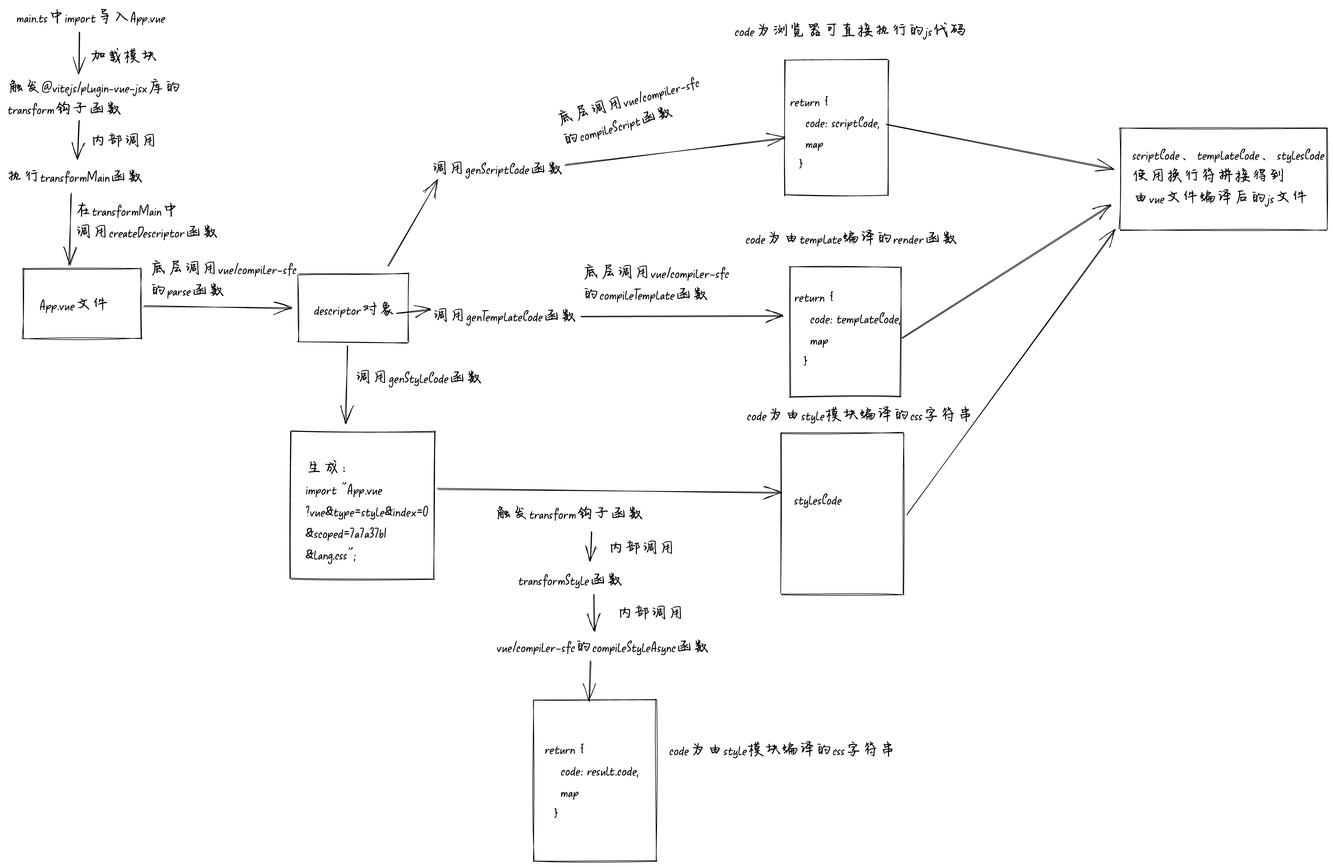
This is docs/images/guide/vue-to-js/progress-full.png from iamouyang21/vue3-compiler, a Excalidraw export, as it was before one commit. Source tidied: one line per element, renumbered; positions are measured from the earlier drawing's top-left corner, leaving out a move shared by most shapes. The source it was exported from:
```json
{"id": 0, "type": "rectangle", "strokeColor": "#000000", "strokeWidth": 1, "roughness": 1, "x": 28, "y": 432, "width": 194, "height": 115}
{"id": 1, "type": "text", "text": "底层调用vue/compiler-sfc\n的parse函数", "strokeColor": "#000000", "strokeWidth": 1, "roughness": 1, "fontSize": 28, "fontFamily": 1, "x": 236, "y": 414, "width": 242, "height": 71}
{"id": 2, "type": "text", "text": "descriptor对象", "strokeColor": "#000000", "strokeWidth": 1, "roughness": 1, "fontSize": 28, "fontFamily": 1, "x": 506, "y": 481, "width": 136, "height": 36}
{"id": 3, "type": "text", "text": "main.ts中import导入App.vue", "strokeColor": "#000000", "strokeWidth": 1, "roughness": 1, "fontSize": 28, "fontFamily": 1, "x": 17, "y": 0, "width": 247, "height": 36}
{"id": 4, "type": "arrow", "strokeColor": "#000000", "strokeWidth": 1, "roughness": 1, "endArrowhead": "arrow", "from": 3, "to": 5, "x": 120, "y": 43, "width": 0, "height": 67, "points": [[0, 0], [0, 67]]}
{"id": 5, "type": "text", "text": "触发@vitejs/plugin-vue-jsx库的\ntransform钩子函数", "strokeColor": "#000000", "strokeWidth": 1, "roughness": 1, "fontSize": 28, "fontFamily": 1, "x": 2, "y": 115, "width": 287, "height": 71}
{"id": 6, "type": "arrow", "strokeColor": "#000000", "strokeWidth": 1, "roughness": 1, "endArrowhead": "arrow", "from": 5, "to": 7, "x": 120, "y": 188, "width": 3, "height": 65, "points": [[0, 0], [-3, 65]]}
{"id": 7, "type": "text", "text": "执行transformMain函数", "strokeColor": "#000000", "strokeWidth": 1, "roughness": 1, "fontSize": 28, "fontFamily": 1, "x": 0, "y": 262, "width": 228, "height": 36}
{"id": 8, "type": "arrow", "strokeColor": "#000000", "strokeWidth": 1, "roughness": 1, "endArrowhead": "arrow", "from": 7, "to": 0, "x": 108, "y": 307, "width": 5, "height": 119, "points": [[0, 0], [-5, 119]]}
{"id": 9, "type": "text", "text": "在transformMain中\n调用createDescriptor函数", "strokeColor": "#000000", "angle": 6.28, "strokeWidth": 1, "roughness": 1, "fontSize": 28, "fontFamily": 1, "x": 113, "y": 318, "width": 239, "height": 71}
{"id": 10, "type": "arrow", "strokeColor": "#000000", "strokeWidth": 1, "roughness": 1, "endArrowhead": "arrow", "from": 14, "to": 13, "x": 919, "y": 261, "width": 361, "height": 44, "points": [[0, 0], [361, -44]]}
{"id": 11, "type": "text", "text": "底层调用vue/compiler-sfc\n的compileScript函数", "strokeColor": "#000000", "angle": 6.02, "strokeWidth": 1, "roughness": 1, "fontSize": 28, "fontFamily": 1, "x": 906, "y": 137, "width": 242, "height": 71}
{"id": 12, "type": "rectangle", "strokeColor": "#000000", "strokeWidth": 1, "roughness": 1, "x": 1280, "y": 89, "width": 169, "height": 222}
{"id": 13, "type": "text", "text": "return {\n    code: scriptCode,\n    map\n  }", "strokeColor": "#000000", "strokeWidth": 1, "roughness": 1, "fontSize": 27.35, "fontFamily": 1, "x": 1288, "y": 138, "width": 148, "height": 138}
{"id": 14, "type": "text", "text": "调用genScriptCode函数", "strokeColor": "#000000", "strokeWidth": 1, "roughness": 1, "fontSize": 28, "fontFamily": 1, "x": 698, "y": 249, "width": 220, "height": 36}
{"id": 15, "type": "text", "text": "调用genTemplateCode函数", "strokeColor": "#000000", "strokeWidth": 1, "roughness": 1, "fontSize": 28, "fontFamily": 1, "x": 700, "y": 491, "width": 241, "height": 36}
{"id": 16, "type": "arrow", "strokeColor": "#000000", "strokeWidth": 1, "roughness": 1, "endArrowhead": "arrow", "from": 15, "to": 19, "x": 945, "y": 511, "width": 331, "height": 2, "points": [[0, 0], [331, -2]]}
{"id": 17, "type": "text", "text": "底层调用vue/compiler-sfc\n的compileTemplate函数", "strokeColor": "#000000", "strokeWidth": 1, "roughness": 1, "fontSize": 28, "fontFamily": 1, "x": 947, "y": 421, "width": 242, "height": 71}
{"id": 18, "type": "rectangle", "strokeColor": "#000000", "strokeWidth": 1, "roughness": 1, "x": 1288, "y": 429, "width": 182, "height": 213}
{"id": 19, "type": "text", "text": "return {\n    code: templateCode,\n    map\n  }", "strokeColor": "#000000", "strokeWidth": 1, "roughness": 1, "fontSize": 28, "fontFamily": 1, "x": 1295, "y": 460, "width": 175, "height": 142}
{"id": 20, "type": "text", "text": "code为浏览器可直接执行的js代码", "strokeColor": "#000000", "strokeWidth": 1, "roughness": 1, "fontSize": 28, "fontFamily": 1, "x": 1197, "y": 22, "width": 383, "height": 36}
{"id": 21, "type": "text", "text": "code为由template编译的render函数", "strokeColor": "#000000", "strokeWidth": 1, "roughness": 1, "fontSize": 28, "fontFamily": 1, "x": 1215, "y": 363, "width": 352, "height": 36}
{"id": 22, "type": "text", "text": "内部调用", "strokeColor": "#000000", "strokeWidth": 1, "roughness": 1, "fontSize": 28, "fontFamily": 1, "x": 137, "y": 203, "width": 114, "height": 36}
{"id": 23, "type": "text", "text": "加载模块", "strokeColor": "#000000", "strokeWidth": 1, "roughness": 1, "fontSize": 28, "fontFamily": 1, "x": 137, "y": 64, "width": 114, "height": 36}
{"id": 24, "type": "text", "text": "App.vue文件", "strokeColor": "#000000", "strokeWidth": 1, "roughness": 1, "fontSize": 28, "fontFamily": 1, "x": 55, "y": 473, "width": 116, "height": 36}
{"id": 25, "type": "rectangle", "strokeColor": "#000000", "strokeWidth": 1, "roughness": 1, "x": 480, "y": 441, "width": 181, "height": 112}
{"id": 26, "type": "arrow", "strokeColor": "#000000", "strokeWidth": 1, "roughness": 1, "endArrowhead": "arrow", "from": 0, "to": 25, "x": 228, "y": 494, "width": 241, "height": 4, "points": [[0, 0], [241, 4]]}
{"id": 27, "type": "arrow", "strokeColor": "#000000", "strokeWidth": 1, "roughness": 1, "endArrowhead": "arrow", "from": 25, "to": 14, "x": 629, "y": 427, "width": 80, "height": 141, "points": [[0, 0], [80, -141]]}
{"id": 28, "type": "arrow", "strokeColor": "#000000", "strokeWidth": 1, "roughness": 1, "endArrowhead": "arrow", "to": 15, "x": 641, "y": 505, "width": 56, "height": 6, "points": [[0, 0], [56, -6]]}
{"id": 29, "type": "rectangle", "strokeColor": "#000000", "strokeWidth": 1, "roughness": 1, "x": 1273, "y": 702, "width": 202, "height": 265}
{"id": 30, "type": "text", "text": "stylesCode", "strokeColor": "#000000", "strokeWidth": 1, "roughness": 1, "fontSize": 28, "fontFamily": 1, "x": 1295, "y": 793, "width": 81, "height": 36}
{"id": 31, "type": "text", "text": "code为由style模块编译的css字符串", "strokeColor": "#000000", "strokeWidth": 1, "roughness": 1, "fontSize": 28, "fontFamily": 1, "x": 1217, "y": 654, "width": 375, "height": 36}
{"id": 32, "type": "rectangle", "strokeColor": "#000000", "strokeWidth": 1, "roughness": 1, "x": 468, "y": 700, "width": 236, "height": 241}
{"id": 33, "type": "text", "text": "生成：\nimport \"App.vue\n?vue&type=style&index=0\n&scoped=7a7a37b1\n&lang.css\";", "strokeColor": "#000000", "strokeWidth": 1, "roughness": 1, "fontSize": 28, "fontFamily": 1, "x": 492, "y": 741, "width": 203, "height": 178}
{"id": 34, "type": "arrow", "strokeColor": "#000000", "strokeWidth": 1, "roughness": 1, "endArrowhead": "arrow", "from": 33, "to": 30, "x": 709, "y": 794, "width": 564, "height": 7, "points": [[0, 0], [564, 7]]}
{"id": 35, "type": "text", "text": "触发transform钩子函数", "strokeColor": "#000000", "strokeWidth": 1, "roughness": 1, "fontSize": 28, "fontFamily": 1, "x": 804, "y": 816, "width": 247, "height": 36}
{"id": 36, "type": "arrow", "strokeColor": "#000000", "strokeWidth": 1, "roughness": 1, "endArrowhead": "arrow", "from": 35, "to": 38, "x": 962, "y": 864, "width": 2, "height": 49, "points": [[0, 0], [-2, 49]]}
{"id": 37, "type": "text", "text": "内部调用", "strokeColor": "#000000", "strokeWidth": 1, "roughness": 1, "fontSize": 28, "fontFamily": 1, "x": 988, "y": 873, "width": 114, "height": 36}
{"id": 38, "type": "text", "text": "transformStyle函数", "strokeColor": "#000000", "strokeWidth": 1, "roughness": 1, "fontSize": 28, "fontFamily": 1, "x": 842, "y": 925, "width": 175, "height": 36}
{"id": 39, "type": "text", "text": "vue/compiler-sfc的compileStyleAsync函数", "strokeColor": "#000000", "strokeWidth": 1, "roughness": 1, "fontSize": 28, "fontFamily": 1, "x": 806, "y": 1035, "width": 353, "height": 36}
{"id": 40, "type": "text", "text": "内部调用", "strokeColor": "#000000", "strokeWidth": 1, "roughness": 1, "fontSize": 28, "fontFamily": 1, "x": 1003, "y": 980, "width": 114, "height": 36}
{"id": 41, "type": "arrow", "strokeColor": "#000000", "strokeWidth": 1, "roughness": 1, "endArrowhead": "arrow", "from": 25, "to": 32, "x": 561, "y": 558, "width": 3, "height": 129, "points": [[0, 0], [-3, 129]]}
{"id": 42, "type": "text", "text": "调用genStyleCode函数", "strokeColor": "#000000", "strokeWidth": 1, "roughness": 1, "fontSize": 28, "fontFamily": 1, "x": 573, "y": 592, "width": 213, "height": 36}
{"id": 43, "type": "arrow", "strokeColor": "#000000", "strokeWidth": 1, "roughness": 1, "endArrowhead": "arrow", "from": 38, "to": 39, "x": 967, "y": 967, "width": 1, "height": 61, "points": [[0, 0], [1, 61]]}
{"id": 44, "type": "arrow", "strokeColor": "#000000", "strokeWidth": 1, "roughness": 1, "endArrowhead": "arrow", "from": 13, "to": 47, "x": 1447, "y": 195, "width": 374, "height": 74, "points": [[0, 0], [374, 74]]}
{"id": 45, "type": "arrow", "strokeColor": "#000000", "strokeWidth": 1, "roughness": 1, "endArrowhead": "arrow", "from": 19, "to": 47, "x": 1473, "y": 546, "width": 342, "height": 219, "points": [[0, 0], [342, -219]]}
{"id": 46, "type": "arrow", "strokeColor": "#000000", "strokeWidth": 1, "roughness": 1, "endArrowhead": "arrow", "from": 29, "to": 47, "x": 1481, "y": 835, "width": 341, "height": 468, "points": [[0, 0], [341, -468]]}
{"id": 47, "type": "rectangle", "strokeColor": "#000000", "strokeWidth": 1, "roughness": 1, "x": 1830, "y": 201, "width": 340, "height": 167}
{"id": 48, "type": "text", "text": "scriptCode、templateCode、stylesCode\n使用换行符拼接得到\n由vue文件编译后的js文件", "strokeColor": "#000000", "strokeWidth": 1, "roughness": 1, "fontSize": 28, "fontFamily": 1, "x": 1850, "y": 226, "width": 318, "height": 107}
{"id": 49, "type": "arrow", "strokeColor": "#000000", "strokeWidth": 1, "roughness": 1, "endArrowhead": "arrow", "from": 39, "x": 961, "y": 1077, "width": 3, "height": 66, "points": [[0, 0], [-3, 66]]}
{"id": 50, "type": "rectangle", "strokeColor": "#000000", "strokeWidth": 1, "roughness": 1, "x": 867, "y": 1141, "width": 202, "height": 265}
{"id": 51, "type": "text", "text": "return {\n    code: result.code,\n    map\n  }", "strokeColor": "#000000", "strokeWidth": 1, "roughness": 1, "fontSize": 28, "fontFamily": 1, "x": 885, "y": 1203, "width": 155, "height": 142}
{"id": 52, "type": "text", "text": "code为由style模块编译的css字符串", "strokeColor": "#000000", "strokeWidth": 1, "roughness": 1, "fontSize": 28, "fontFamily": 1, "x": 1090, "y": 1205, "width": 375, "height": 36}
```
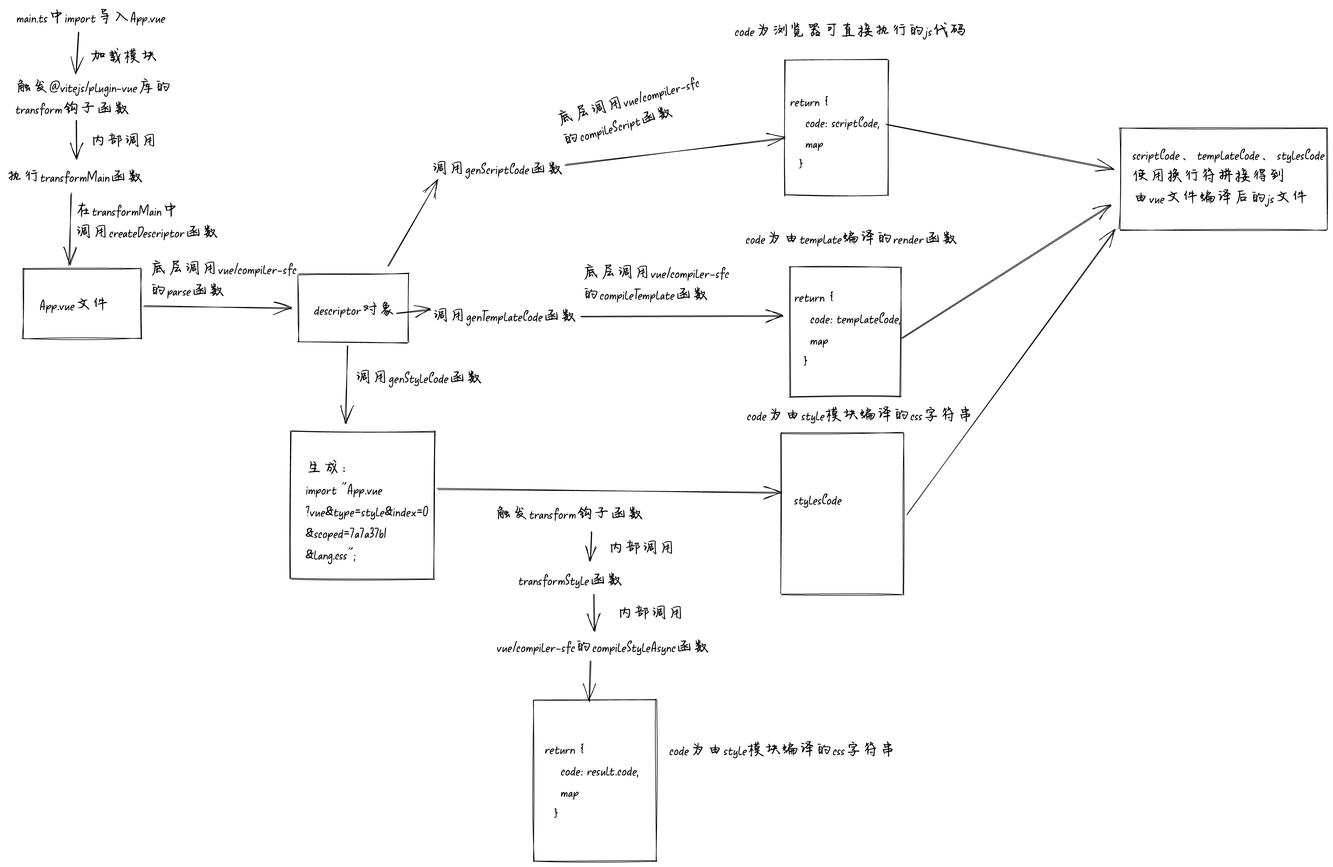
The same file after the commit.

What changed in the source:
```diff
@@ -2,9 +2,9 @@
 {"id": 1, "type": "text", "text": "底层调用vue/compiler-sfc\n的parse函数", "strokeColor": "#000000", "strokeWidth": 1, "roughness": 1, "fontSize": 28, "fontFamily": 1, "x": 236, "y": 414, "width": 242, "height": 71}
 {"id": 2, "type": "text", "text": "descriptor对象", "strokeColor": "#000000", "strokeWidth": 1, "roughness": 1, "fontSize": 28, "fontFamily": 1, "x": 506, "y": 481, "width": 136, "height": 36}
 {"id": 3, "type": "text", "text": "main.ts中import导入App.vue", "strokeColor": "#000000", "strokeWidth": 1, "roughness": 1, "fontSize": 28, "fontFamily": 1, "x": 17, "y": 0, "width": 247, "height": 36}
-{"id": 4, "type": "arrow", "strokeColor": "#000000", "strokeWidth": 1, "roughness": 1, "endArrowhead": "arrow", "from": 3, "to": 5, "x": 120, "y": 43, "width": 0, "height": 67, "points": [[0, 0], [0, 67]]}
+{"id": 4, "type": "arrow", "strokeColor": "#000000", "strokeWidth": 1, "roughness": 1, "endArrowhead": "arrow", "from": 3, "to": 5, "x": 119, "y": 43, "width": 4, "height": 67, "points": [[0, 0], [-4, 67]]}
-{"id": 5, "type": "text", "text": "触发@vitejs/plugin-vue-jsx库的\ntransform钩子函数", "strokeColor": "#000000", "strokeWidth": 1, "roughness": 1, "fontSize": 28, "fontFamily": 1, "x": 2, "y": 115, "width": 287, "height": 71}
+{"id": 5, "type": "text", "text": "  触发@vitejs/plugin-vue库的\n  transform钩子函数", "strokeColor": "#000000", "strokeWidth": 1, "roughness": 1, "fontSize": 28, "fontFamily": 1, "x": 2, "y": 115, "width": 271, "height": 71}
-{"id": 6, "type": "arrow", "strokeColor": "#000000", "strokeWidth": 1, "roughness": 1, "endArrowhead": "arrow", "from": 5, "to": 7, "x": 120, "y": 188, "width": 3, "height": 65, "points": [[0, 0], [-3, 65]]}
+{"id": 6, "type": "arrow", "strokeColor": "#000000", "strokeWidth": 1, "roughness": 1, "endArrowhead": "arrow", "from": 5, "to": 7, "x": 115, "y": 187, "width": 0, "height": 65, "points": [[0, 0], [0, 65]]}
 {"id": 7, "type": "text", "text": "执行transformMain函数", "strokeColor": "#000000", "strokeWidth": 1, "roughness": 1, "fontSize": 28, "fontFamily": 1, "x": 0, "y": 262, "width": 228, "height": 36}
 {"id": 8, "type": "arrow", "strokeColor": "#000000", "strokeWidth": 1, "roughness": 1, "endArrowhead": "arrow", "from": 7, "to": 0, "x": 108, "y": 307, "width": 5, "height": 119, "points": [[0, 0], [-5, 119]]}
 {"id": 9, "type": "text", "text": "在transformMain中\n调用createDescriptor函数", "strokeColor": "#000000", "angle": 6.28, "strokeWidth": 1, "roughness": 1, "fontSize": 28, "fontFamily": 1, "x": 113, "y": 318, "width": 239, "height": 71}
```
